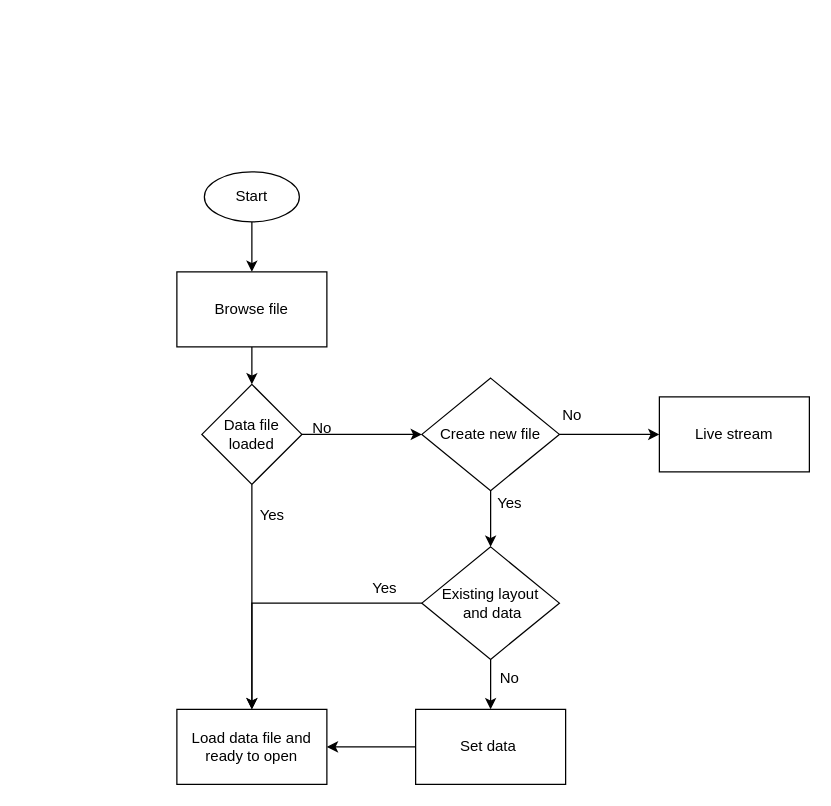
The draw.io diagram page "Record data Flowchart" (6 of 6) of pictures/WEB View dashboard.drawio in Yobeh-blek/FullSend_Logger, before the edit. Source tidied: cells renumbered, new cells numbered last; positions are measured from the earlier drawing's top-left corner, leaving out a move shared by most shapes. Both pictures are drawn from the tidied source at 125%, with x=0, y=0 at pixel (176, 171).
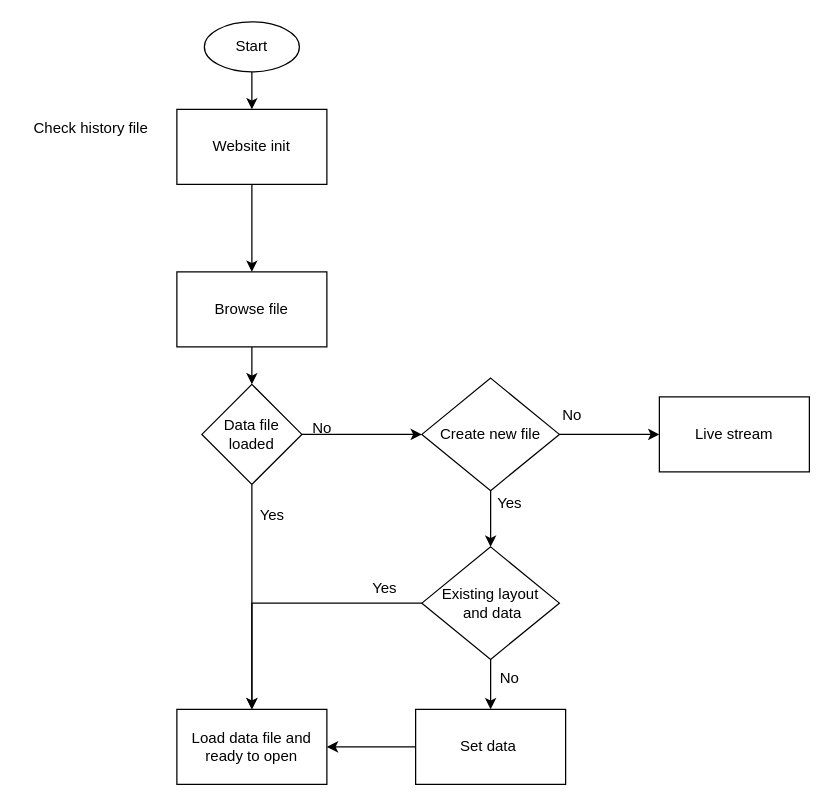
After the change.

The change refers to these unchanged cells:
```xml
<mxCell id="5" value="Browse file" style="rounded=0;whiteSpace=wrap;html=1;" parent="1" vertex="1">
  <mxGeometry y="80" width="120" height="60" as="geometry" />
</mxCell>
```

Change to the diagram source:
```diff
@@
-    <mxCell id="2" style="edgeStyle=orthogonalEdgeStyle;rounded=0;jettySize=auto;html=1;entryX=0.5;entryY=0;entryDx=0;entryDy=0;" parent="1" edge="1" source="3" target="5">
-      <mxGeometry relative="1" as="geometry" />
-    </mxCell>
+    <mxCell id="25" style="edgeStyle=orthogonalEdgeStyle;rounded=0;jettySize=auto;html=1;" parent="1" edge="1" source="3" target="27">
+      <mxGeometry relative="1" as="geometry" />
+    </mxCell>
     <mxCell id="3" value="Start" style="ellipse;whiteSpace=wrap;html=1;" parent="1" vertex="1">
-      <mxGeometry x="22" width="76" height="40" as="geometry" />
+      <mxGeometry x="22" y="-120" width="76" height="40" as="geometry" />
     </mxCell>
@@
+    <mxCell id="26" style="edgeStyle=orthogonalEdgeStyle;rounded=0;jettySize=auto;html=1;" parent="1" edge="1" source="27" target="5">
+      <mxGeometry relative="1" as="geometry" />
+    </mxCell>
+    <mxCell id="27" value="Website init" style="rounded=0;whiteSpace=wrap;html=1;" parent="1" vertex="1">
+      <mxGeometry y="-50" width="120" height="60" as="geometry" />
+    </mxCell>
+    <mxCell id="28" value="Check history file" style="text;html=1;align=center;verticalAlign=middle;strokeColor=none;fillColor=none;" parent="1" vertex="1">
+      <mxGeometry x="-124" y="-50" width="110" height="30" as="geometry" />
+    </mxCell>
```
